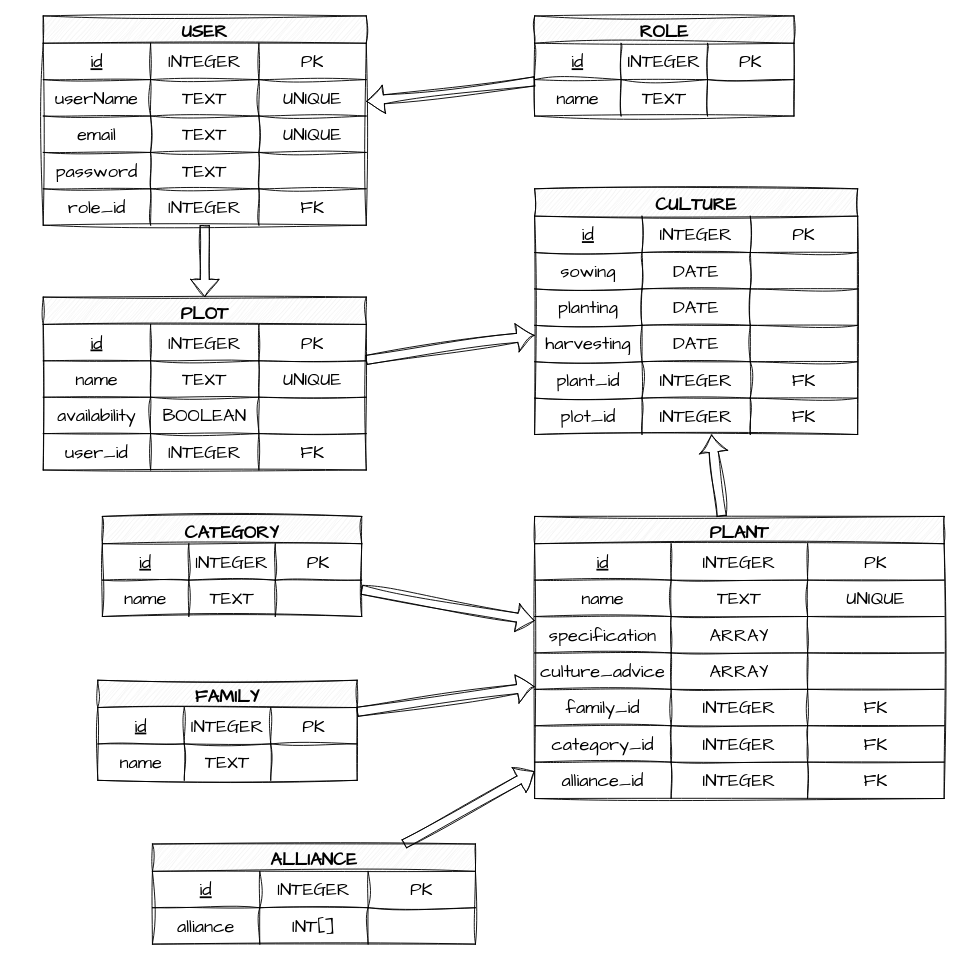
The draw.io diagram conception/MPD/mpd_schema.drawio in Loic-Dubrion/API_jardin, before the edit. Source tidied: cells renumbered, new cells numbered last; positions are measured from the earlier drawing's top-left corner, leaving out a move shared by most shapes. Both pictures are drawn from the tidied source at 91%, with x=0, y=0 at pixel (43, 15).
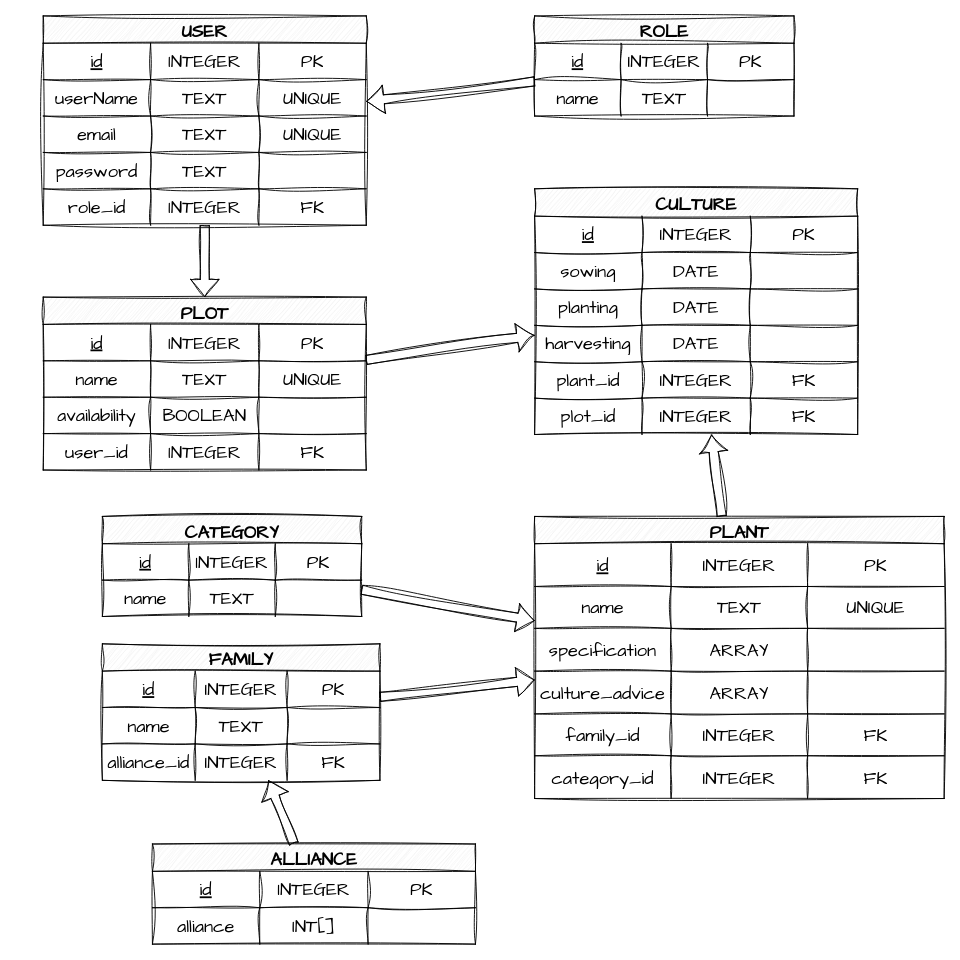
Above is the later version.

The change refers to these unchanged cells:
```xml
<mxCell id="78" value="PLANT" style="shape=table;startSize=30;childLayout=tableLayout;fontStyle=1;align=center;sketch=1;hachureGap=4;jiggle=2;curveFitting=1;fontFamily=Architects Daughter;fontSize=20;strokeColor=#000000;fillColor=#F0F0F0;fontColor=#000000;" parent="1" vertex="1">
  <mxGeometry x="540" y="550" width="450" height="310" as="geometry" />
</mxCell>
<mxCell id="128" value="ALLIANCE" style="shape=table;startSize=30;childLayout=tableLayout;fontStyle=1;align=center;sketch=1;hachureGap=4;jiggle=2;curveFitting=1;fontFamily=Architects Daughter;fontSize=20;strokeColor=#000000;fillColor=#F0F0F0;fontColor=#000000;" parent="1" vertex="1">
  <mxGeometry x="120" y="910" width="355" height="110" as="geometry" />
</mxCell>
```

The edit, as a diff of the source:
```diff
@@
     <mxCell id="79" style="shape=tableRow;horizontal=0;startSize=0;swimlaneHead=0;swimlaneBody=0;top=0;left=0;bottom=0;right=0;fillColor=none;sketch=1;hachureGap=4;jiggle=2;curveFitting=1;fontFamily=Architects Daughter;fontSize=20;" parent="78" vertex="1">
-      <mxGeometry y="30" width="450" height="40" as="geometry" />
+      <mxGeometry y="30" width="450" height="47" as="geometry" />
     </mxCell>
     <mxCell id="80" value="&lt;span style=&quot;&quot;&gt;id&lt;/span&gt;" style="shape=partialRectangle;html=1;whiteSpace=wrap;fillColor=none;top=0;left=0;bottom=0;right=0;overflow=hidden;sketch=1;hachureGap=4;jiggle=2;curveFitting=1;fontFamily=Architects Daughter;fontSize=20;fontStyle=4;fontColor=#000000;" parent="79" vertex="1">
-      <mxGeometry width="150" height="40" as="geometry" />
+      <mxGeometry width="150" height="47" as="geometry" />
     </mxCell>
     <mxCell id="81" value="&lt;font color=&quot;#000000&quot;&gt;INTEGER&lt;/font&gt;" style="shape=partialRectangle;html=1;whiteSpace=wrap;fillColor=none;top=0;left=0;bottom=0;right=0;overflow=hidden;sketch=1;hachureGap=4;jiggle=2;curveFitting=1;fontFamily=Architects Daughter;fontSize=20;" parent="79" vertex="1">
-      <mxGeometry x="150" width="150" height="40" as="geometry" />
+      <mxGeometry x="150" width="150" height="47" as="geometry" />
     </mxCell>
     <mxCell id="82" value="&lt;font color=&quot;#000000&quot;&gt;PK&lt;/font&gt;" style="shape=partialRectangle;html=1;whiteSpace=wrap;fillColor=none;top=0;left=0;bottom=0;right=0;overflow=hidden;sketch=1;hachureGap=4;jiggle=2;curveFitting=1;fontFamily=Architects Daughter;fontSize=20;" parent="79" vertex="1">
-      <mxGeometry x="300" width="150" height="40" as="geometry" />
+      <mxGeometry x="300" width="150" height="47" as="geometry" />
     </mxCell>
     <mxCell id="83" style="shape=tableRow;horizontal=0;startSize=0;swimlaneHead=0;swimlaneBody=0;top=0;left=0;bottom=0;right=0;fillColor=none;sketch=1;hachureGap=4;jiggle=2;curveFitting=1;fontFamily=Architects Daughter;fontSize=20;" parent="78" vertex="1">
-      <mxGeometry y="70" width="450" height="40" as="geometry" />
+      <mxGeometry y="77" width="450" height="46" as="geometry" />
     </mxCell>
     <mxCell id="84" value="&lt;font color=&quot;#000000&quot;&gt;name&lt;/font&gt;" style="shape=partialRectangle;html=1;whiteSpace=wrap;fillColor=none;top=0;left=0;bottom=0;right=0;overflow=hidden;sketch=1;hachureGap=4;jiggle=2;curveFitting=1;fontFamily=Architects Daughter;fontSize=20;" parent="83" vertex="1">
-      <mxGeometry width="150" height="40" as="geometry" />
+      <mxGeometry width="150" height="46" as="geometry" />
     </mxCell>
     <mxCell id="85" value="&lt;span style=&quot;color: rgb(0, 0, 0);&quot;&gt;TEXT&lt;/span&gt;" style="shape=partialRectangle;html=1;whiteSpace=wrap;fillColor=none;top=0;left=0;bottom=0;right=0;overflow=hidden;sketch=1;hachureGap=4;jiggle=2;curveFitting=1;fontFamily=Architects Daughter;fontSize=20;" parent="83" vertex="1">
-      <mxGeometry x="150" width="150" height="40" as="geometry" />
+      <mxGeometry x="150" width="150" height="46" as="geometry" />
     </mxCell>
     <mxCell id="86" value="&lt;span style=&quot;color: rgb(0, 0, 0);&quot;&gt;UNIQUE&lt;/span&gt;" style="shape=partialRectangle;html=1;whiteSpace=wrap;fillColor=none;top=0;left=0;bottom=0;right=0;overflow=hidden;sketch=1;hachureGap=4;jiggle=2;curveFitting=1;fontFamily=Architects Daughter;fontSize=20;" parent="83" vertex="1">
-      <mxGeometry x="300" width="150" height="40" as="geometry" />
+      <mxGeometry x="300" width="150" height="46" as="geometry" />
     </mxCell>
     <mxCell id="87" style="shape=tableRow;horizontal=0;startSize=0;swimlaneHead=0;swimlaneBody=0;top=0;left=0;bottom=0;right=0;fillColor=none;sketch=1;hachureGap=4;jiggle=2;curveFitting=1;fontFamily=Architects Daughter;fontSize=20;" parent="78" vertex="1">
-      <mxGeometry y="110" width="450" height="40" as="geometry" />
+      <mxGeometry y="123" width="450" height="47" as="geometry" />
     </mxCell>
     <mxCell id="88" value="&lt;font color=&quot;#000000&quot;&gt;specification&lt;/font&gt;" style="shape=partialRectangle;html=1;whiteSpace=wrap;fillColor=none;top=0;left=0;bottom=0;right=0;overflow=hidden;sketch=1;hachureGap=4;jiggle=2;curveFitting=1;fontFamily=Architects Daughter;fontSize=20;" parent="87" vertex="1">
-      <mxGeometry width="150" height="40" as="geometry" />
+      <mxGeometry width="150" height="47" as="geometry" />
     </mxCell>
     <mxCell id="89" value="&lt;span style=&quot;color: rgb(0, 0, 0);&quot;&gt;ARRAY&lt;/span&gt;" style="shape=partialRectangle;html=1;whiteSpace=wrap;fillColor=none;top=0;left=0;bottom=0;right=0;overflow=hidden;sketch=1;hachureGap=4;jiggle=2;curveFitting=1;fontFamily=Architects Daughter;fontSize=20;" parent="87" vertex="1">
-      <mxGeometry x="150" width="150" height="40" as="geometry" />
+      <mxGeometry x="150" width="150" height="47" as="geometry" />
     </mxCell>
     <mxCell id="90" style="shape=partialRectangle;html=1;whiteSpace=wrap;fillColor=none;top=0;left=0;bottom=0;right=0;overflow=hidden;sketch=1;hachureGap=4;jiggle=2;curveFitting=1;fontFamily=Architects Daughter;fontSize=20;" parent="87" vertex="1">
-      <mxGeometry x="300" width="150" height="40" as="geometry" />
+      <mxGeometry x="300" width="150" height="47" as="geometry" />
     </mxCell>
     <mxCell id="91" style="shape=tableRow;horizontal=0;startSize=0;swimlaneHead=0;swimlaneBody=0;top=0;left=0;bottom=0;right=0;fillColor=none;sketch=1;hachureGap=4;jiggle=2;curveFitting=1;fontFamily=Architects Daughter;fontSize=20;" parent="78" vertex="1">
-      <mxGeometry y="150" width="450" height="40" as="geometry" />
+      <mxGeometry y="170" width="450" height="47" as="geometry" />
     </mxCell>
     <mxCell id="92" value="&lt;font color=&quot;#000000&quot;&gt;culture_advice&lt;/font&gt;" style="shape=partialRectangle;html=1;whiteSpace=wrap;fillColor=none;top=0;left=0;bottom=0;right=0;overflow=hidden;sketch=1;hachureGap=4;jiggle=2;curveFitting=1;fontFamily=Architects Daughter;fontSize=20;" parent="91" vertex="1">
-      <mxGeometry width="150" height="40" as="geometry" />
+      <mxGeometry width="150" height="47" as="geometry" />
     </mxCell>
     <mxCell id="93" value="&lt;font color=&quot;#000000&quot;&gt;ARRAY&lt;/font&gt;" style="shape=partialRectangle;html=1;whiteSpace=wrap;fillColor=none;top=0;left=0;bottom=0;right=0;overflow=hidden;sketch=1;hachureGap=4;jiggle=2;curveFitting=1;fontFamily=Architects Daughter;fontSize=20;" parent="91" vertex="1">
-      <mxGeometry x="150" width="150" height="40" as="geometry" />
+      <mxGeometry x="150" width="150" height="47" as="geometry" />
     </mxCell>
     <mxCell id="94" style="shape=partialRectangle;html=1;whiteSpace=wrap;fillColor=none;top=0;left=0;bottom=0;right=0;overflow=hidden;sketch=1;hachureGap=4;jiggle=2;curveFitting=1;fontFamily=Architects Daughter;fontSize=20;" parent="91" vertex="1">
-      <mxGeometry x="300" width="150" height="40" as="geometry" />
+      <mxGeometry x="300" width="150" height="47" as="geometry" />
     </mxCell>
     <mxCell id="95" style="shape=tableRow;horizontal=0;startSize=0;swimlaneHead=0;swimlaneBody=0;top=0;left=0;bottom=0;right=0;fillColor=none;sketch=1;hachureGap=4;jiggle=2;curveFitting=1;fontFamily=Architects Daughter;fontSize=20;" parent="78" vertex="1">
-      <mxGeometry y="190" width="450" height="40" as="geometry" />
+      <mxGeometry y="217" width="450" height="46" as="geometry" />
     </mxCell>
     <mxCell id="96" value="&lt;font color=&quot;#000000&quot;&gt;family_id&lt;/font&gt;" style="shape=partialRectangle;html=1;whiteSpace=wrap;fillColor=none;top=0;left=0;bottom=0;right=0;overflow=hidden;sketch=1;hachureGap=4;jiggle=2;curveFitting=1;fontFamily=Architects Daughter;fontSize=20;" parent="95" vertex="1">
-      <mxGeometry width="150" height="40" as="geometry" />
+      <mxGeometry width="150" height="46" as="geometry" />
     </mxCell>
     <mxCell id="97" value="&lt;span style=&quot;color: rgb(0, 0, 0);&quot;&gt;INTEGER&lt;/span&gt;" style="shape=partialRectangle;html=1;whiteSpace=wrap;fillColor=none;top=0;left=0;bottom=0;right=0;overflow=hidden;sketch=1;hachureGap=4;jiggle=2;curveFitting=1;fontFamily=Architects Daughter;fontSize=20;" parent="95" vertex="1">
-      <mxGeometry x="150" width="150" height="40" as="geometry" />
+      <mxGeometry x="150" width="150" height="46" as="geometry" />
     </mxCell>
     <mxCell id="98" value="&lt;span style=&quot;color: rgb(0, 0, 0);&quot;&gt;FK&lt;/span&gt;" style="shape=partialRectangle;html=1;whiteSpace=wrap;fillColor=none;top=0;left=0;bottom=0;right=0;overflow=hidden;sketch=1;hachureGap=4;jiggle=2;curveFitting=1;fontFamily=Architects Daughter;fontSize=20;" parent="95" vertex="1">
-      <mxGeometry x="300" width="150" height="40" as="geometry" />
+      <mxGeometry x="300" width="150" height="46" as="geometry" />
     </mxCell>
     <mxCell id="99" style="shape=tableRow;horizontal=0;startSize=0;swimlaneHead=0;swimlaneBody=0;top=0;left=0;bottom=0;right=0;fillColor=none;sketch=1;hachureGap=4;jiggle=2;curveFitting=1;fontFamily=Architects Daughter;fontSize=20;" parent="78" vertex="1">
-      <mxGeometry y="230" width="450" height="40" as="geometry" />
+      <mxGeometry y="263" width="450" height="47" as="geometry" />
     </mxCell>
     <mxCell id="100" value="&lt;span style=&quot;color: rgb(0, 0, 0);&quot;&gt;category_id&lt;/span&gt;" style="shape=partialRectangle;html=1;whiteSpace=wrap;fillColor=none;top=0;left=0;bottom=0;right=0;overflow=hidden;sketch=1;hachureGap=4;jiggle=2;curveFitting=1;fontFamily=Architects Daughter;fontSize=20;" parent="99" vertex="1">
-      <mxGeometry width="150" height="40" as="geometry" />
+      <mxGeometry width="150" height="47" as="geometry" />
     </mxCell>
     <mxCell id="101" value="&lt;span style=&quot;color: rgb(0, 0, 0);&quot;&gt;INTEGER&lt;/span&gt;" style="shape=partialRectangle;html=1;whiteSpace=wrap;fillColor=none;top=0;left=0;bottom=0;right=0;overflow=hidden;sketch=1;hachureGap=4;jiggle=2;curveFitting=1;fontFamily=Architects Daughter;fontSize=20;" parent="99" vertex="1">
-      <mxGeometry x="150" width="150" height="40" as="geometry" />
+      <mxGeometry x="150" width="150" height="47" as="geometry" />
     </mxCell>
     <mxCell id="102" value="&lt;span style=&quot;color: rgb(0, 0, 0);&quot;&gt;FK&lt;/span&gt;" style="shape=partialRectangle;html=1;whiteSpace=wrap;fillColor=none;top=0;left=0;bottom=0;right=0;overflow=hidden;sketch=1;hachureGap=4;jiggle=2;curveFitting=1;fontFamily=Architects Daughter;fontSize=20;" parent="99" vertex="1">
-      <mxGeometry x="300" width="150" height="40" as="geometry" />
+      <mxGeometry x="300" width="150" height="47" as="geometry" />
     </mxCell>
-    <mxCell id="103" style="shape=tableRow;horizontal=0;startSize=0;swimlaneHead=0;swimlaneBody=0;top=0;left=0;bottom=0;right=0;fillColor=none;sketch=1;hachureGap=4;jiggle=2;curveFitting=1;fontFamily=Architects Daughter;fontSize=20;" parent="78" vertex="1">
-      <mxGeometry y="270" width="450" height="40" as="geometry" />
-    </mxCell>
-    <mxCell id="104" value="&lt;span style=&quot;color: rgb(0, 0, 0);&quot;&gt;alliance_id&lt;/span&gt;" style="shape=partialRectangle;html=1;whiteSpace=wrap;fillColor=none;top=0;left=0;bottom=0;right=0;overflow=hidden;sketch=1;hachureGap=4;jiggle=2;curveFitting=1;fontFamily=Architects Daughter;fontSize=20;" parent="103" vertex="1">
-      <mxGeometry width="150" height="40" as="geometry" />
-    </mxCell>
-    <mxCell id="105" value="&lt;span style=&quot;color: rgb(0, 0, 0);&quot;&gt;INTEGER&lt;/span&gt;" style="shape=partialRectangle;html=1;whiteSpace=wrap;fillColor=none;top=0;left=0;bottom=0;right=0;overflow=hidden;sketch=1;hachureGap=4;jiggle=2;curveFitting=1;fontFamily=Architects Daughter;fontSize=20;" parent="103" vertex="1">
-      <mxGeometry x="150" width="150" height="40" as="geometry" />
-    </mxCell>
-    <mxCell id="106" value="&lt;span style=&quot;color: rgb(0, 0, 0);&quot;&gt;FK&lt;/span&gt;" style="shape=partialRectangle;html=1;whiteSpace=wrap;fillColor=none;top=0;left=0;bottom=0;right=0;overflow=hidden;sketch=1;hachureGap=4;jiggle=2;curveFitting=1;fontFamily=Architects Daughter;fontSize=20;" parent="103" vertex="1">
-      <mxGeometry x="300" width="150" height="40" as="geometry" />
-    </mxCell>
@@
     <mxCell id="117" value="FAMILY" style="shape=table;startSize=30;childLayout=tableLayout;fontStyle=1;align=center;sketch=1;hachureGap=4;jiggle=2;curveFitting=1;fontFamily=Architects Daughter;fontSize=20;strokeColor=#000000;fillColor=#F0F0F0;fontColor=#000000;" parent="1" vertex="1">
-      <mxGeometry x="60" y="730" width="285" height="110" as="geometry" />
+      <mxGeometry x="65" y="690" width="305" height="150" as="geometry" />
     </mxCell>
     <mxCell id="118" style="shape=tableRow;horizontal=0;startSize=0;swimlaneHead=0;swimlaneBody=0;top=0;left=0;bottom=0;right=0;fillColor=none;sketch=1;hachureGap=4;jiggle=2;curveFitting=1;fontFamily=Architects Daughter;fontSize=20;" parent="117" vertex="1">
-      <mxGeometry y="30" width="285" height="40" as="geometry" />
+      <mxGeometry y="30" width="305" height="40" as="geometry" />
     </mxCell>
     <mxCell id="119" value="&lt;span style=&quot;&quot;&gt;id&lt;/span&gt;" style="shape=partialRectangle;html=1;whiteSpace=wrap;fillColor=none;top=0;left=0;bottom=0;right=0;overflow=hidden;sketch=1;hachureGap=4;jiggle=2;curveFitting=1;fontFamily=Architects Daughter;fontSize=20;fontStyle=4;fontColor=#000000;" parent="118" vertex="1">
-      <mxGeometry width="95" height="40" as="geometry" />
+      <mxGeometry width="102" height="40" as="geometry" />
     </mxCell>
     <mxCell id="120" value="&lt;font color=&quot;#000000&quot;&gt;INTEGER&lt;/font&gt;" style="shape=partialRectangle;html=1;whiteSpace=wrap;fillColor=none;top=0;left=0;bottom=0;right=0;overflow=hidden;sketch=1;hachureGap=4;jiggle=2;curveFitting=1;fontFamily=Architects Daughter;fontSize=20;" parent="118" vertex="1">
-      <mxGeometry x="95" width="95" height="40" as="geometry" />
+      <mxGeometry x="102" width="101" height="40" as="geometry" />
     </mxCell>
     <mxCell id="121" value="&lt;font color=&quot;#000000&quot;&gt;PK&lt;/font&gt;" style="shape=partialRectangle;html=1;whiteSpace=wrap;fillColor=none;top=0;left=0;bottom=0;right=0;overflow=hidden;sketch=1;hachureGap=4;jiggle=2;curveFitting=1;fontFamily=Architects Daughter;fontSize=20;" parent="118" vertex="1">
-      <mxGeometry x="190" width="95" height="40" as="geometry" />
+      <mxGeometry x="203" width="102" height="40" as="geometry" />
     </mxCell>
     <mxCell id="122" style="shape=tableRow;horizontal=0;startSize=0;swimlaneHead=0;swimlaneBody=0;top=0;left=0;bottom=0;right=0;fillColor=none;sketch=1;hachureGap=4;jiggle=2;curveFitting=1;fontFamily=Architects Daughter;fontSize=20;" parent="117" vertex="1">
-      <mxGeometry y="70" width="285" height="40" as="geometry" />
+      <mxGeometry y="70" width="305" height="40" as="geometry" />
     </mxCell>
     <mxCell id="123" value="&lt;font color=&quot;#000000&quot;&gt;name&lt;/font&gt;" style="shape=partialRectangle;html=1;whiteSpace=wrap;fillColor=none;top=0;left=0;bottom=0;right=0;overflow=hidden;sketch=1;hachureGap=4;jiggle=2;curveFitting=1;fontFamily=Architects Daughter;fontSize=20;" parent="122" vertex="1">
-      <mxGeometry width="95" height="40" as="geometry" />
+      <mxGeometry width="102" height="40" as="geometry" />
     </mxCell>
     <mxCell id="124" value="&lt;span style=&quot;color: rgb(0, 0, 0);&quot;&gt;TEXT&lt;/span&gt;" style="shape=partialRectangle;html=1;whiteSpace=wrap;fillColor=none;top=0;left=0;bottom=0;right=0;overflow=hidden;sketch=1;hachureGap=4;jiggle=2;curveFitting=1;fontFamily=Architects Daughter;fontSize=20;" parent="122" vertex="1">
-      <mxGeometry x="95" width="95" height="40" as="geometry" />
+      <mxGeometry x="102" width="101" height="40" as="geometry" />
     </mxCell>
     <mxCell id="125" style="shape=partialRectangle;html=1;whiteSpace=wrap;fillColor=none;top=0;left=0;bottom=0;right=0;overflow=hidden;sketch=1;hachureGap=4;jiggle=2;curveFitting=1;fontFamily=Architects Daughter;fontSize=20;" parent="122" vertex="1">
-      <mxGeometry x="190" width="95" height="40" as="geometry" />
+      <mxGeometry x="203" width="102" height="40" as="geometry" />
     </mxCell>
+    <mxCell id="138" style="shape=tableRow;horizontal=0;startSize=0;swimlaneHead=0;swimlaneBody=0;top=0;left=0;bottom=0;right=0;fillColor=none;sketch=1;hachureGap=4;jiggle=2;curveFitting=1;fontFamily=Architects Daughter;fontSize=20;" parent="117" vertex="1">
+      <mxGeometry y="110" width="305" height="40" as="geometry" />
+    </mxCell>
+    <mxCell id="104" value="&lt;span style=&quot;color: rgb(0, 0, 0);&quot;&gt;alliance_id&lt;/span&gt;" style="shape=partialRectangle;html=1;whiteSpace=wrap;fillColor=none;top=0;left=0;bottom=0;right=0;overflow=hidden;sketch=1;hachureGap=4;jiggle=2;curveFitting=1;fontFamily=Architects Daughter;fontSize=20;" parent="138" vertex="1">
+      <mxGeometry width="102" height="40" as="geometry" />
+    </mxCell>
+    <mxCell id="105" value="&lt;span style=&quot;color: rgb(0, 0, 0);&quot;&gt;INTEGER&lt;/span&gt;" style="shape=partialRectangle;html=1;whiteSpace=wrap;fillColor=none;top=0;left=0;bottom=0;right=0;overflow=hidden;sketch=1;hachureGap=4;jiggle=2;curveFitting=1;fontFamily=Architects Daughter;fontSize=20;" parent="138" vertex="1">
+      <mxGeometry x="102" width="101" height="40" as="geometry" />
+    </mxCell>
+    <mxCell id="106" value="&lt;span style=&quot;color: rgb(0, 0, 0);&quot;&gt;FK&lt;/span&gt;" style="shape=partialRectangle;html=1;whiteSpace=wrap;fillColor=none;top=0;left=0;bottom=0;right=0;overflow=hidden;sketch=1;hachureGap=4;jiggle=2;curveFitting=1;fontFamily=Architects Daughter;fontSize=20;" parent="138" vertex="1">
+      <mxGeometry x="203" width="102" height="40" as="geometry" />
+    </mxCell>
@@
-    <mxCell id="127" style="shape=flexArrow;endArrow=classic;html=1;sketch=1;hachureGap=4;jiggle=2;curveFitting=1;strokeColor=#000000;fontFamily=Architects Daughter;fontSize=16;fontColor=#000000;" parent="1" edge="1" source="117" target="78">
+    <mxCell id="127" style="shape=flexArrow;endArrow=classic;html=1;sketch=1;hachureGap=4;jiggle=2;curveFitting=1;strokeColor=#000000;fontFamily=Architects Daughter;fontSize=16;fontColor=#000000;" parent="1" edge="1" source="128" target="117">
       <mxGeometry relative="1" as="geometry" />
     </mxCell>
@@
-    <mxCell id="137" style="shape=flexArrow;endArrow=classic;html=1;sketch=1;hachureGap=4;jiggle=2;curveFitting=1;strokeColor=#000000;fontFamily=Architects Daughter;fontSize=16;fontColor=#000000;" parent="1" edge="1" source="128" target="78">
+    <mxCell id="137" style="shape=flexArrow;endArrow=classic;html=1;sketch=1;hachureGap=4;jiggle=2;curveFitting=1;strokeColor=#000000;fontFamily=Architects Daughter;fontSize=16;fontColor=#000000;" parent="1" edge="1" source="117" target="78">
       <mxGeometry relative="1" as="geometry" />
     </mxCell>
+    <mxCell id="139" style="shape=tableRow;horizontal=0;startSize=0;swimlaneHead=0;swimlaneBody=0;top=0;left=0;bottom=0;right=0;fillColor=none;sketch=1;hachureGap=4;jiggle=2;curveFitting=1;fontFamily=Architects Daughter;fontSize=20;" parent="1" vertex="1">
+      <mxGeometry x="-30" y="840" width="450" height="40" as="geometry" />
+    </mxCell>
```
